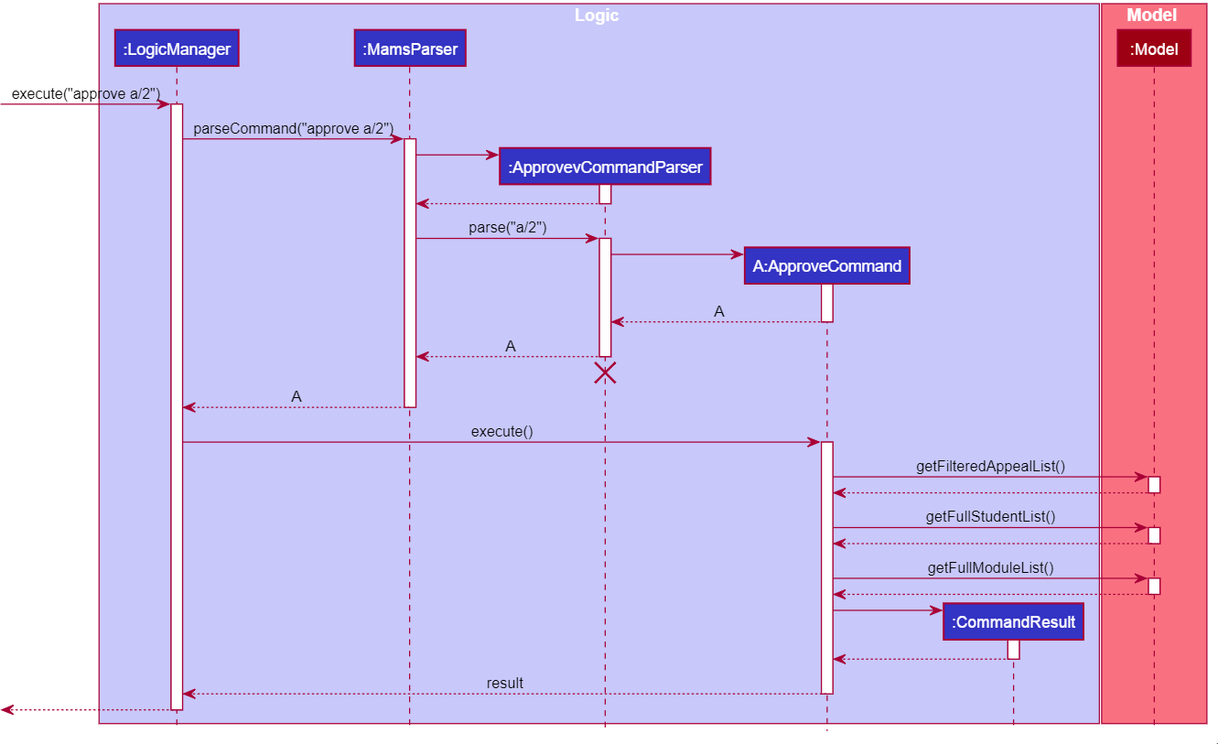
Above: docs/images/ResolveSequenceDiagram.png in nus-cs2103-AY1920S1/addressbook-level3 (PlantUML), before the change. Its source is kept beside it as docs/diagrams/ResolveSequenceDiagram.puml.
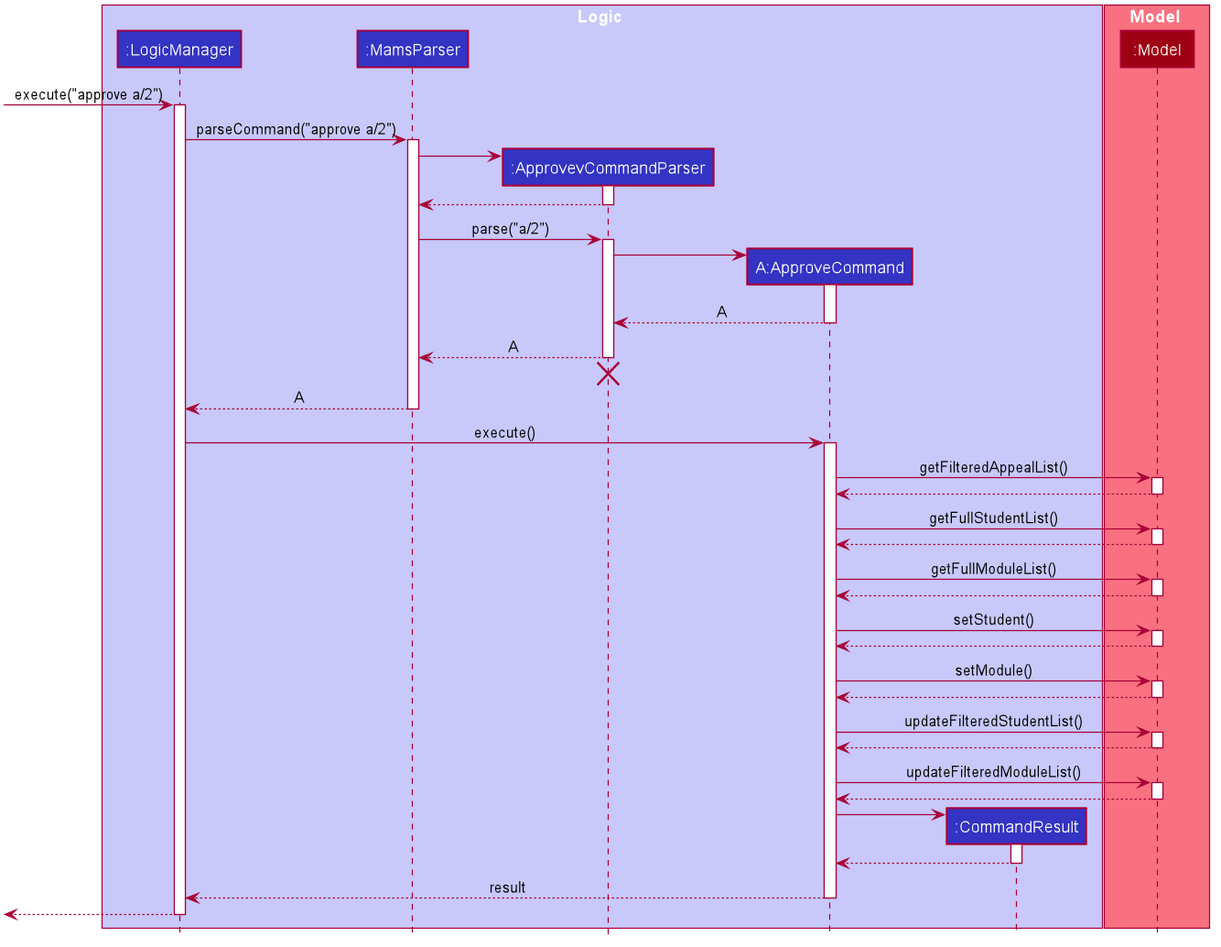
Above is the later version.

Change to the diagram source:
```diff
@@ -66,6 +66,30 @@
 Model --> ApproveCommand
 deactivate Model
 
+ApproveCommand -> Model : setStudent()
+activate Model
+
+Model --> ApproveCommand
+deactivate Model
+
+ApproveCommand -> Model : setModule()
+activate Model
+
+Model --> ApproveCommand
+deactivate Model
+
+ApproveCommand -> Model : updateFilteredStudentList()
+activate Model
+
+Model --> ApproveCommand
+deactivate Model
+
+ApproveCommand -> Model : updateFilteredModuleList()
+activate Model
+
+Model --> ApproveCommand
+deactivate Model
+
 create CommandResult
 ApproveCommand -> CommandResult
 activate CommandResult
```
